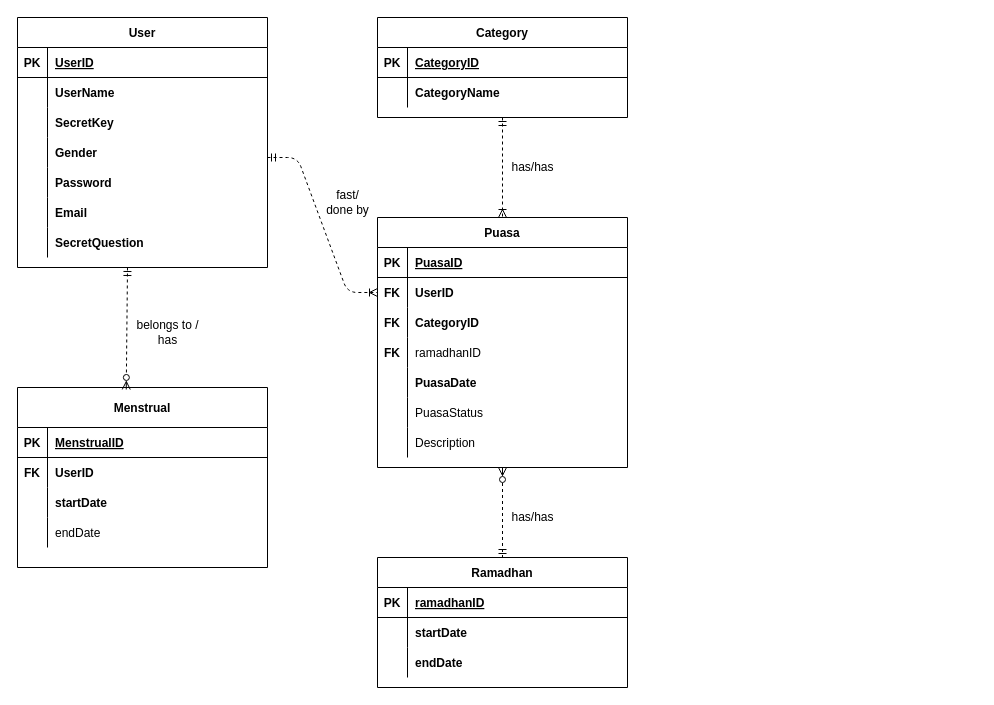
Earlier version of the draw.io diagram Puasa Recording Diagram.drawio (nurezzajeslin/Week2ClassDiagram). Source tidied: cells renumbered, new cells numbered last; positions are measured from the earlier drawing's top-left corner, leaving out a move shared by most shapes. Both pictures are drawn from the tidied source at 100%, with x=0, y=0 at pixel (17, 17).
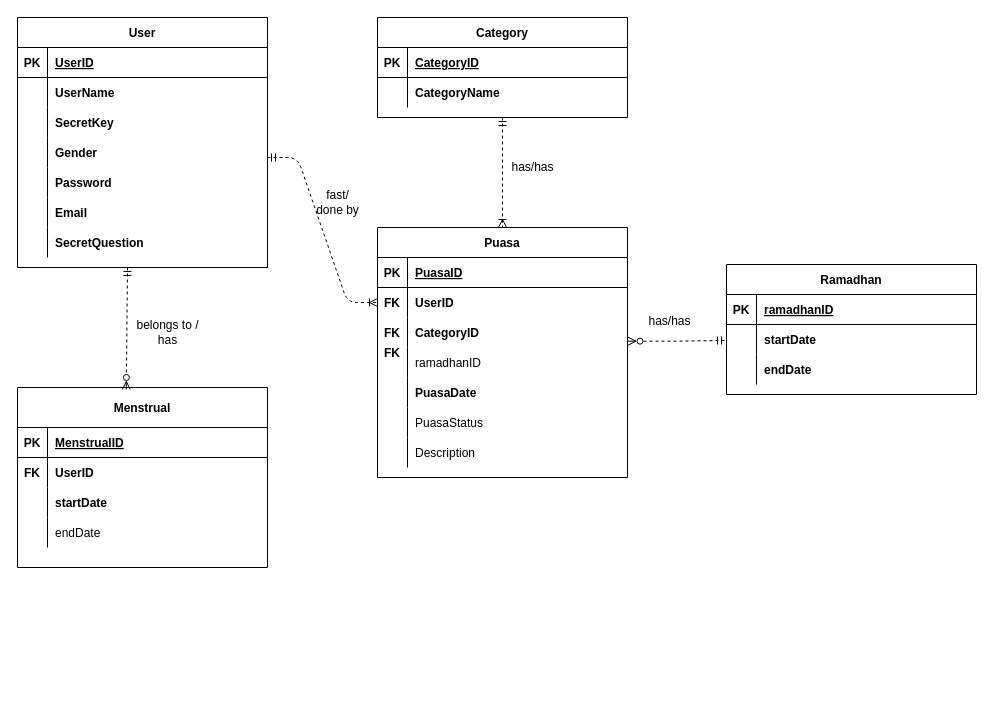
After the change.

Unchanged cells that the change refers to:
```xml
<mxCell id="16" style="shape=tableRow;horizontal=0;startSize=0;swimlaneHead=0;swimlaneBody=0;fillColor=none;points=[[0,0.5],[1,0.5]];portConstraint=eastwest;top=0;left=0;right=0;bottom=0;fontStyle=0;" parent="9" vertex="1">
  <mxGeometry y="90" width="250" height="30" as="geometry" />
</mxCell>
<mxCell id="75" style="shape=partialRectangle;fillColor=none;points=[[0,0.5],[1,0.5]];portConstraint=eastwest;top=0;left=0;right=0;bottom=0;" parent="71" vertex="1">
  <mxGeometry y="60" width="250" height="30" as="geometry" />
</mxCell>
```

What changed in the source:
```diff
@@
     <mxCell id="9" value="Puasa" style="shape=table;startSize=30;childLayout=tableLayout;rowLines=0;fontStyle=1;align=center;" parent="1" vertex="1">
-      <mxGeometry x="360" y="200" width="250" height="250" as="geometry" />
+      <mxGeometry x="360" y="210" width="250" height="250" as="geometry" />
     </mxCell>
@@
     <mxCell id="68" value="fast/&lt;br&gt;done by" style="text;html=1;align=center;verticalAlign=middle;strokeColor=none;fillColor=none;" parent="1" vertex="1">
-      <mxGeometry x="300" y="170" width="60" height="30" as="geometry" />
+      <mxGeometry x="290" y="170" width="60" height="30" as="geometry" />
     </mxCell>
@@
     <mxCell id="71" value="Ramadhan" style="shape=table;startSize=30;childLayout=tableLayout;rowLines=0;fontStyle=1;align=center;" parent="1" vertex="1">
-      <mxGeometry x="360" y="540" width="250" height="130" as="geometry" />
+      <mxGeometry x="709" y="247" width="250" height="130" as="geometry" />
     </mxCell>
@@
-    <mxCell id="82" style="endArrow=ERmandOne;html=1;rounded=0;startArrow=ERzeroToMany;startFill=0;endFill=0;dashed=1;" parent="1" edge="1" target="71">
-      <mxGeometry relative="1" as="geometry">
-        <mxPoint x="485" y="450" as="sourcePoint" />
-      </mxGeometry>
-    </mxCell>
@@
     <mxCell id="84" value="has/has" style="text;html=1;align=center;verticalAlign=middle;strokeColor=none;fillColor=none;" parent="1" vertex="1">
-      <mxGeometry x="485" y="490" width="60" height="20" as="geometry" />
+      <mxGeometry x="622" y="294" width="60" height="20" as="geometry" />
     </mxCell>
+    <mxCell id="85" style="endArrow=ERmandOne;html=1;rounded=0;exitX=1.002;exitY=0.789;exitDx=0;exitDy=0;exitPerimeter=0;entryX=-0.004;entryY=0.53;entryDx=0;entryDy=0;entryPerimeter=0;edgeStyle=orthogonalEdgeStyle;startArrow=ERzeroToMany;startFill=0;endFill=0;dashed=1;" parent="1" edge="1" source="16" target="75">
+      <mxGeometry relative="1" as="geometry" />
+    </mxCell>
```
